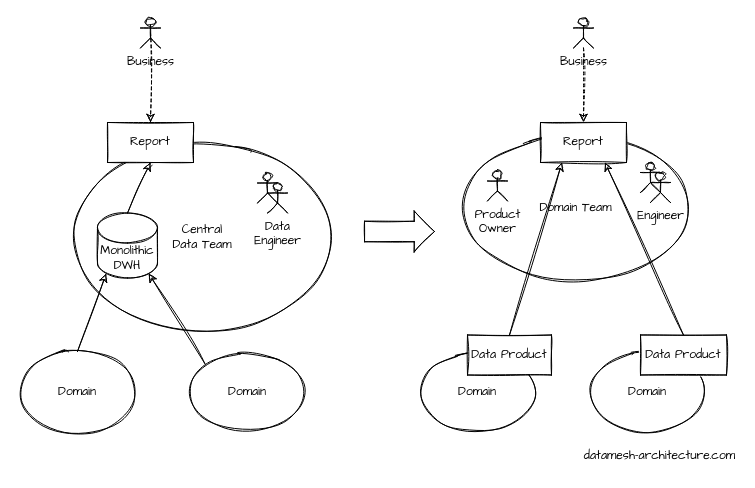
This is diagrams/newdomainteam.drawio from datamesh-architecture/datamesh-architecture.com, a draw.io file, before an edit. Source tidied: cells renumbered, new cells numbered last; positions are measured from the earlier drawing's top-left corner, leaving out a move shared by most shapes. Both pictures are drawn from the tidied source at 100%, with x=0, y=0 at pixel (17, 17).
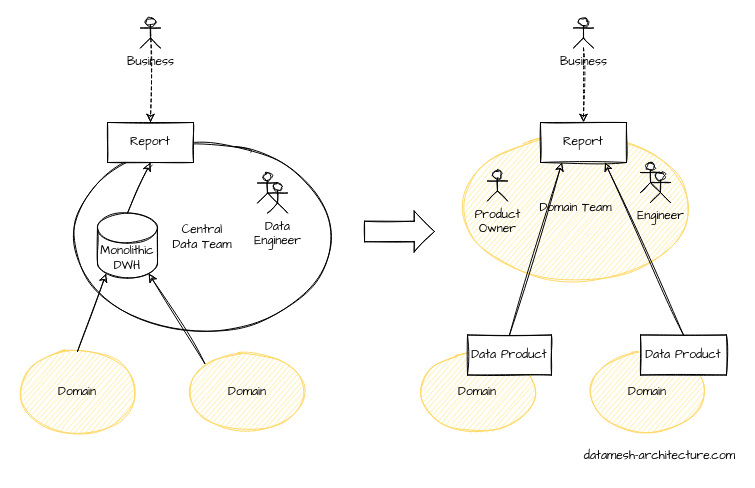
Above is the later version.

Change to the diagram source:
```diff
@@
-    <mxCell id="2" value="Domain Team" style="ellipse;whiteSpace=wrap;html=1;verticalAlign=middle;sketch=1;fontFamily=Architects Daughter;" parent="1" vertex="1">
+    <mxCell id="2" value="Domain Team" style="ellipse;whiteSpace=wrap;html=1;verticalAlign=middle;sketch=1;fontFamily=Architects Daughter;strokeColor=#FFD966;fillColor=#FFEB99;" parent="1" vertex="1">
       <mxGeometry x="440" y="120.5" width="237" height="140" as="geometry" />
     </mxCell>
@@
-    <mxCell id="14" value="Domain" style="ellipse;whiteSpace=wrap;html=1;sketch=1;fontFamily=Architects Daughter;" parent="1" vertex="1">
+    <mxCell id="14" value="Domain" style="ellipse;whiteSpace=wrap;html=1;sketch=1;fontFamily=Architects Daughter;strokeColor=#FFD966;fillColor=#FFEB99;" parent="1" vertex="1">
       <mxGeometry x="400" y="334" width="120" height="81" as="geometry" />
     </mxCell>
-    <mxCell id="15" value="Domain" style="ellipse;whiteSpace=wrap;html=1;sketch=1;fontFamily=Architects Daughter;" parent="1" vertex="1">
+    <mxCell id="15" value="Domain" style="ellipse;whiteSpace=wrap;html=1;sketch=1;fontFamily=Architects Daughter;strokeColor=#FFD966;fillColor=#FFEB99;" parent="1" vertex="1">
       <mxGeometry x="570" y="334" width="120" height="81" as="geometry" />
     </mxCell>
@@
-    <mxCell id="24" value="Domain" style="ellipse;whiteSpace=wrap;html=1;sketch=1;fontFamily=Architects Daughter;" parent="1" vertex="1">
+    <mxCell id="24" value="Domain" style="ellipse;whiteSpace=wrap;html=1;sketch=1;fontFamily=Architects Daughter;fillColor=#FFEB99;strokeColor=#FFD966;" parent="1" vertex="1">
       <mxGeometry y="334" width="120" height="81" as="geometry" />
     </mxCell>
-    <mxCell id="25" value="Domain" style="ellipse;whiteSpace=wrap;html=1;sketch=1;fontFamily=Architects Daughter;" parent="1" vertex="1">
+    <mxCell id="25" value="Domain" style="ellipse;whiteSpace=wrap;html=1;sketch=1;fontFamily=Architects Daughter;strokeColor=#FFD966;fillColor=#FFEB99;" parent="1" vertex="1">
       <mxGeometry x="170" y="334" width="120" height="81" as="geometry" />
     </mxCell>
```
